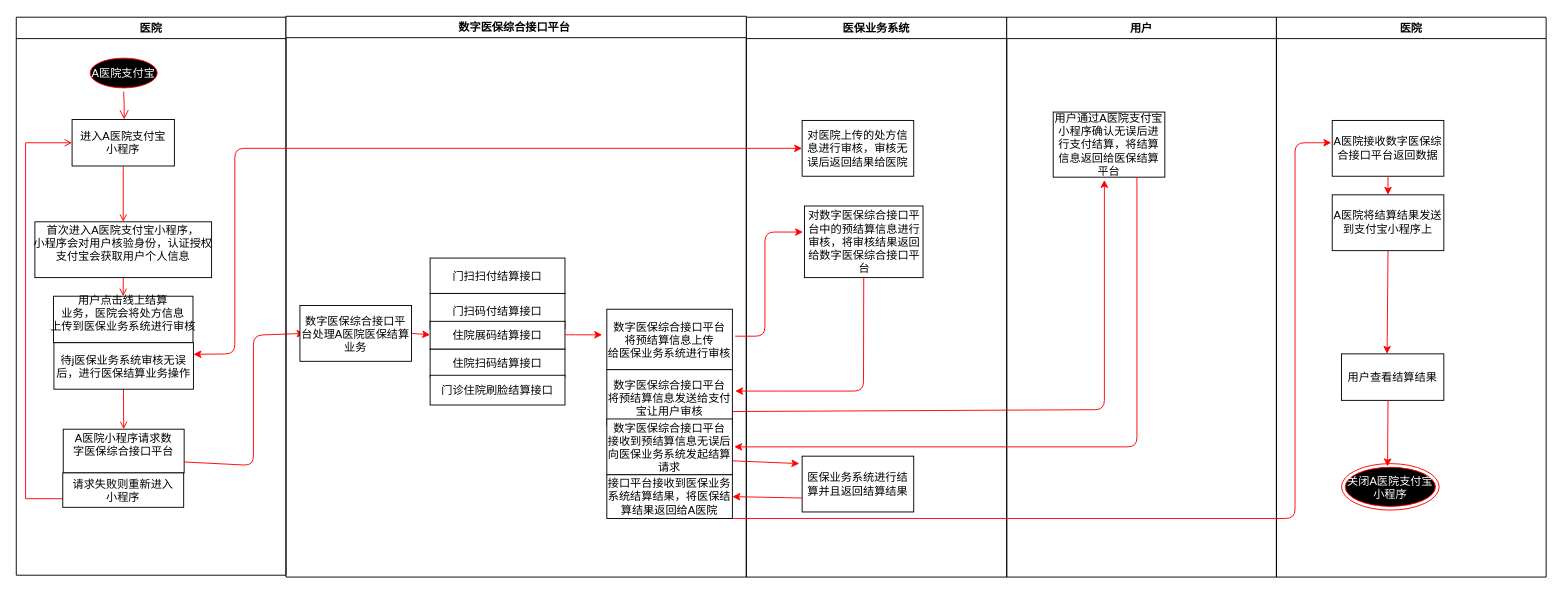
This is scis-master/Untitled Diagram.drawio from yangyutf/Springscxx, a draw.io file, before an edit. Source tidied: cells renumbered, new cells numbered last; positions are measured from the earlier drawing's top-left corner, leaving out a move shared by most shapes. Both pictures are drawn from the tidied source at 93%, with x=0, y=0 at pixel (16, 16).
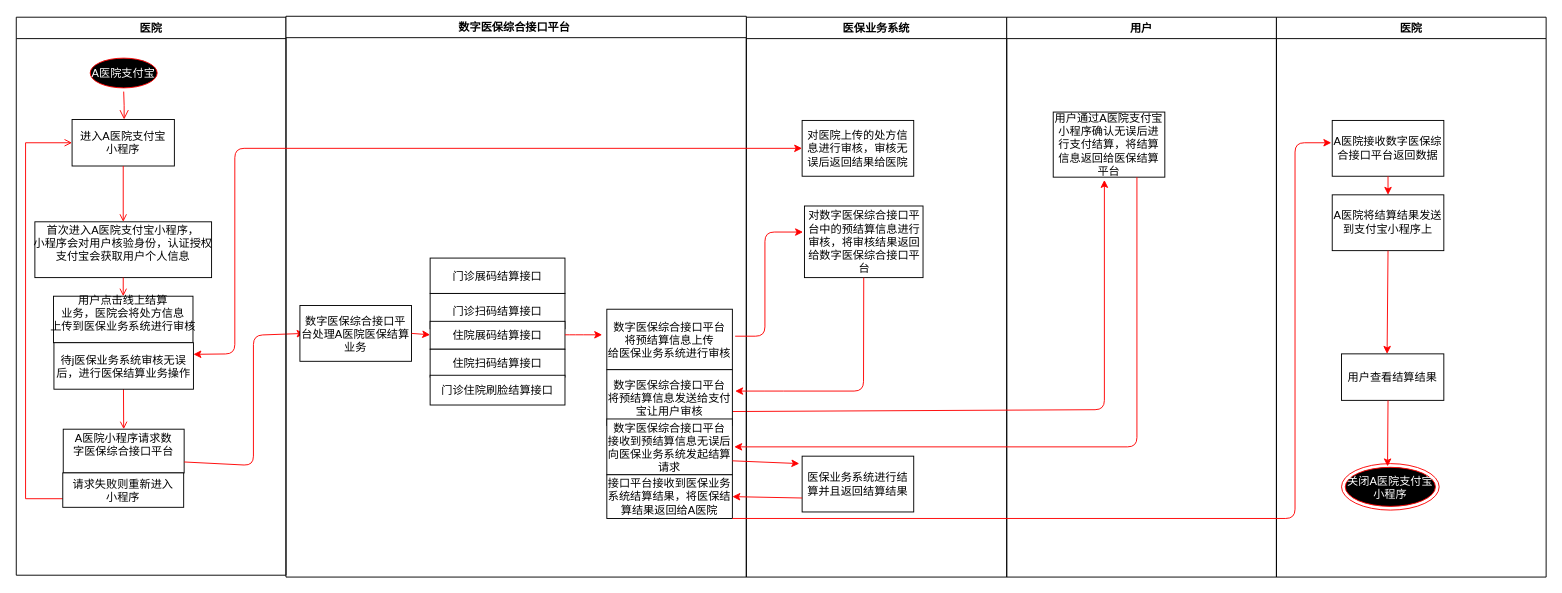
Above is the later version.

The change refers to these unchanged cells:
```xml
<mxCell id="24" value="数字医保综合接口平台 " style="swimlane;whiteSpace=wrap;" parent="1" vertex="1">
  <mxGeometry x="290" width="495" height="603" as="geometry" />
</mxCell>
```

Diff of the diagram source:
```diff
@@
-    <mxCell id="25" value="门扫码付结算接口" parent="24" vertex="1">
+    <mxCell id="25" value="门诊扫码结算接口" parent="24" vertex="1">
       <mxGeometry x="155" y="298" width="145" height="38" as="geometry" />
     </mxCell>
@@
-    <mxCell id="30" value="门扫扫付结算接口" parent="24" vertex="1">
+    <mxCell id="30" value="门诊展码结算接口" parent="24" vertex="1">
       <mxGeometry x="155" y="260" width="145" height="38" as="geometry" />
     </mxCell>
```
